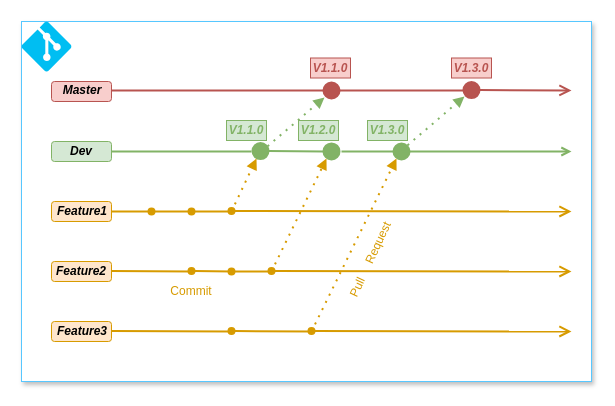
This is Git Branching Bugfix.drawio from satis-pra/sp-draw.io-diagrams, a draw.io file, before an edit. Source tidied: cells renumbered, new cells numbered last; positions are measured from the earlier drawing's top-left corner, leaving out a move shared by most shapes. Both pictures are drawn from the tidied source at 100%, with x=0, y=0 at pixel (21, 21).
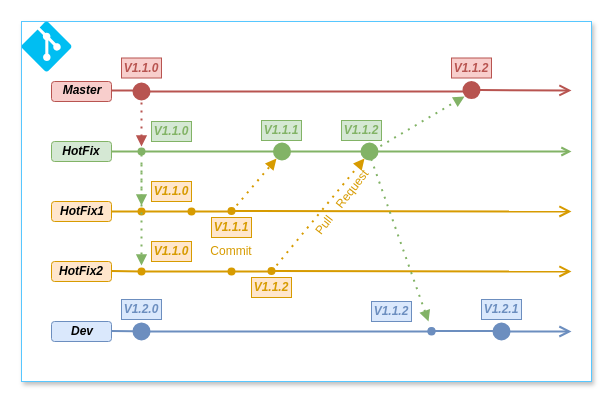
The same page after the edit.

Unchanged cells that the change refers to:
```xml
<mxCell id="5" style="rounded=1;whiteSpace=wrap;html=1;fillColor=#d5e8d4;strokeColor=#82b366;" parent="1" vertex="1">
  <mxGeometry x="30" y="120" width="60" height="20" as="geometry" />
</mxCell>
```

Diff of the diagram source:
```diff
@@
-    <mxCell id="8" style="rounded=1;whiteSpace=wrap;html=1;fillColor=#ffe6cc;strokeColor=#d79b00;" parent="1" vertex="1">
+    <mxCell id="8" style="rounded=1;whiteSpace=wrap;html=1;fillColor=#dae8fc;strokeColor=#6c8ebf;" parent="1" vertex="1">
       <mxGeometry x="30" y="300" width="60" height="20" as="geometry" />
     </mxCell>
-    <mxCell id="9" value="Dev" style="text;html=1;strokeColor=none;fillColor=none;align=center;verticalAlign=middle;whiteSpace=wrap;rounded=0;fontStyle=3;" parent="1" vertex="1">
+    <mxCell id="9" value="HotFix" style="text;html=1;strokeColor=none;fillColor=none;align=center;verticalAlign=middle;whiteSpace=wrap;rounded=0;fontStyle=3;" parent="1" vertex="1">
       <mxGeometry x="40" y="120" width="40" height="20" as="geometry" />
     </mxCell>
-    <mxCell id="10" value="Feature1" style="text;html=1;strokeColor=none;fillColor=none;align=center;verticalAlign=middle;whiteSpace=wrap;rounded=0;fontStyle=3;" parent="1" vertex="1">
+    <mxCell id="10" value="HotFix1" style="text;html=1;strokeColor=none;fillColor=none;align=center;verticalAlign=middle;whiteSpace=wrap;rounded=0;fontStyle=3;" parent="1" vertex="1">
       <mxGeometry x="41" y="180" width="40" height="20" as="geometry" />
     </mxCell>
-    <mxCell id="11" value="Feature2" style="text;html=1;strokeColor=none;fillColor=none;align=center;verticalAlign=middle;whiteSpace=wrap;rounded=0;fontStyle=3;" parent="1" vertex="1">
+    <mxCell id="11" value="HotFix2" style="text;html=1;strokeColor=none;fillColor=none;align=center;verticalAlign=middle;whiteSpace=wrap;rounded=0;fontStyle=3;" parent="1" vertex="1">
       <mxGeometry x="40" y="240" width="40" height="20" as="geometry" />
     </mxCell>
-    <mxCell id="12" value="Feature3" style="text;html=1;strokeColor=none;fillColor=none;align=center;verticalAlign=middle;whiteSpace=wrap;rounded=0;fontStyle=3;" parent="1" vertex="1">
+    <mxCell id="12" value="Dev" style="text;html=1;strokeColor=none;fillColor=none;align=center;verticalAlign=middle;whiteSpace=wrap;rounded=0;fontStyle=3;" parent="1" vertex="1">
       <mxGeometry x="41" y="300" width="40" height="20" as="geometry" />
     </mxCell>
-    <mxCell id="13" style="html=1;verticalAlign=bottom;startArrow=circle;startFill=1;endArrow=none;startSize=6;endSize=8;fillColor=#f8cecc;strokeColor=#b85450;strokeWidth=2;endFill=0;" parent="1" edge="1">
-      <mxGeometry relative="1" as="geometry">
-        <mxPoint x="300" y="69" as="sourcePoint" />
-        <mxPoint x="450" y="69" as="targetPoint" />
-      </mxGeometry>
-    </mxCell>
-    <mxCell id="14" style="html=1;verticalAlign=bottom;startArrow=circle;startFill=1;endArrow=circle;startSize=6;endSize=6;fillColor=#d5e8d4;strokeColor=#82b366;strokeWidth=2;endFill=1;" parent="1" edge="1">
+    <mxCell id="14" style="html=1;verticalAlign=bottom;startArrow=oval;startFill=1;endArrow=circle;startSize=6;endSize=6;fillColor=#d5e8d4;strokeColor=#82b366;strokeWidth=2;endFill=1;" parent="1" edge="1">
       <mxGeometry relative="1" as="geometry">
-        <mxPoint x="229" y="129.5" as="sourcePoint" />
-        <mxPoint x="320" y="130" as="targetPoint" />
+        <mxPoint x="120" y="130" as="sourcePoint" />
+        <mxPoint x="270.5" y="130" as="targetPoint" />
       </mxGeometry>
     </mxCell>
@@
     <mxCell id="16" style="endArrow=none;html=1;strokeWidth=2;exitX=1;exitY=0.5;exitDx=0;exitDy=0;fillColor=#f8cecc;strokeColor=#b85450;" parent="1" edge="1">
       <mxGeometry relative="1" as="geometry">
         <mxPoint x="90" y="69" as="sourcePoint" />
-        <mxPoint x="310" y="69" as="targetPoint" />
+        <mxPoint x="120" y="69" as="targetPoint" />
       </mxGeometry>
     </mxCell>
     <mxCell id="17" style="endArrow=none;html=1;strokeWidth=2;exitX=1;exitY=0.5;exitDx=0;exitDy=0;fillColor=#d5e8d4;strokeColor=#82b366;" parent="1" edge="1" source="5">
       <mxGeometry relative="1" as="geometry">
-        <mxPoint x="230" y="130" as="targetPoint" />
+        <mxPoint x="120" y="130" as="targetPoint" />
       </mxGeometry>
     </mxCell>
     <mxCell id="18" style="endArrow=none;html=1;strokeWidth=2;fillColor=#ffe6cc;strokeColor=#d79b00;" parent="1" edge="1">
       <mxGeometry relative="1" as="geometry">
         <mxPoint x="90" y="190" as="sourcePoint" />
-        <mxPoint x="130" y="190" as="targetPoint" />
+        <mxPoint x="120" y="190" as="targetPoint" />
       </mxGeometry>
     </mxCell>
     <mxCell id="19" style="endArrow=none;html=1;strokeWidth=2;fillColor=#ffe6cc;strokeColor=#d79b00;startArrow=oval;startFill=1;" parent="1" edge="1">
       <mxGeometry relative="1" as="geometry">
-        <mxPoint x="130" y="190" as="sourcePoint" />
+        <mxPoint x="120" y="190" as="sourcePoint" />
         <mxPoint x="170" y="190" as="targetPoint" />
       </mxGeometry>
     </mxCell>
@@
     <mxCell id="21" style="endArrow=block;dashed=1;html=1;dashPattern=1 3;strokeWidth=2;fillColor=#ffe6cc;strokeColor=#d79b00;endFill=1;" parent="1" edge="1">
       <mxGeometry relative="1" as="geometry">
         <mxPoint x="210" y="190" as="sourcePoint" />
-        <mxPoint x="235" y="137" as="targetPoint" />
+        <mxPoint x="255" y="137" as="targetPoint" />
       </mxGeometry>
     </mxCell>
     <mxCell id="22" style="html=1;verticalAlign=bottom;startArrow=none;startFill=0;endArrow=circle;startSize=6;endSize=6;fillColor=#d5e8d4;strokeColor=#82b366;strokeWidth=2;endFill=1;" parent="1" edge="1">
       <mxGeometry relative="1" as="geometry">
-        <mxPoint x="320" y="130" as="sourcePoint" />
-        <mxPoint x="390" y="130" as="targetPoint" />
+        <mxPoint x="268" y="130" as="sourcePoint" />
+        <mxPoint x="358" y="130" as="targetPoint" />
       </mxGeometry>
     </mxCell>
     <mxCell id="23" style="endArrow=open;html=1;strokeWidth=2;fillColor=#d5e8d4;strokeColor=#82b366;endFill=0;" parent="1" edge="1">
       <mxGeometry relative="1" as="geometry">
-        <mxPoint x="380" y="130" as="sourcePoint" />
+        <mxPoint x="340" y="130" as="sourcePoint" />
         <mxPoint x="550" y="130" as="targetPoint" />
       </mxGeometry>
     </mxCell>
     <mxCell id="24" style="endArrow=none;html=1;strokeWidth=2;fillColor=#ffe6cc;strokeColor=#d79b00;" parent="1" edge="1">
       <mxGeometry relative="1" as="geometry">
         <mxPoint x="90" y="249.5" as="sourcePoint" />
-        <mxPoint x="170" y="250" as="targetPoint" />
+        <mxPoint x="120" y="250" as="targetPoint" />
       </mxGeometry>
     </mxCell>
     <mxCell id="25" style="endArrow=none;html=1;strokeWidth=2;fillColor=#ffe6cc;strokeColor=#d79b00;startArrow=oval;startFill=1;" parent="1" edge="1">
       <mxGeometry relative="1" as="geometry">
-        <mxPoint x="170" y="249.5" as="sourcePoint" />
+        <mxPoint x="120" y="250" as="sourcePoint" />
         <mxPoint x="210" y="250" as="targetPoint" />
       </mxGeometry>
     </mxCell>
@@
     <mxCell id="28" style="endArrow=block;dashed=1;html=1;dashPattern=1 3;strokeWidth=2;fillColor=#ffe6cc;strokeColor=#d79b00;endFill=1;" parent="1" edge="1">
       <mxGeometry relative="1" as="geometry">
         <mxPoint x="250" y="250" as="sourcePoint" />
-        <mxPoint x="305" y="137" as="targetPoint" />
+        <mxPoint x="343" y="137" as="targetPoint" />
       </mxGeometry>
     </mxCell>
-    <mxCell id="29" style="endArrow=none;html=1;strokeWidth=2;fillColor=#ffe6cc;strokeColor=#d79b00;" parent="1" edge="1">
+    <mxCell id="29" style="endArrow=circle;html=1;strokeWidth=2;fillColor=#dae8fc;strokeColor=#6c8ebf;endFill=1;" parent="1" edge="1">
       <mxGeometry relative="1" as="geometry">
         <mxPoint x="90" y="309.5" as="sourcePoint" />
-        <mxPoint x="210" y="310" as="targetPoint" />
+        <mxPoint x="130" y="310" as="targetPoint" />
       </mxGeometry>
     </mxCell>
-    <mxCell id="30" style="endArrow=none;html=1;strokeWidth=2;fillColor=#ffe6cc;strokeColor=#d79b00;startArrow=oval;startFill=1;" parent="1" edge="1">
+    <mxCell id="30" style="endArrow=oval;html=1;strokeWidth=2;fillColor=#dae8fc;strokeColor=#6c8ebf;startArrow=none;startFill=0;endFill=1;" parent="1" edge="1">
       <mxGeometry relative="1" as="geometry">
-        <mxPoint x="210" y="309.5" as="sourcePoint" />
-        <mxPoint x="290" y="310" as="targetPoint" />
+        <mxPoint x="120" y="310" as="sourcePoint" />
+        <mxPoint x="410" y="310" as="targetPoint" />
       </mxGeometry>
     </mxCell>
-    <mxCell id="31" style="html=1;verticalAlign=bottom;startArrow=oval;startFill=1;endArrow=open;startSize=6;endSize=8;fillColor=#ffe6cc;strokeColor=#d79b00;strokeWidth=2;" parent="1" edge="1">
+    <mxCell id="31" style="html=1;verticalAlign=bottom;startArrow=circle;startFill=1;endArrow=open;startSize=6;endSize=8;fillColor=#dae8fc;strokeColor=#6c8ebf;strokeWidth=2;" parent="1" edge="1">
       <mxGeometry relative="1" as="geometry">
-        <mxPoint x="290" y="309.5" as="sourcePoint" />
+        <mxPoint x="470" y="310" as="sourcePoint" />
         <mxPoint x="550" y="310" as="targetPoint" />
       </mxGeometry>
     </mxCell>
-    <mxCell id="32" style="endArrow=block;dashed=1;html=1;dashPattern=1 3;strokeWidth=2;fillColor=#ffe6cc;strokeColor=#d79b00;endFill=1;" parent="1" edge="1">
-      <mxGeometry relative="1" as="geometry">
-        <mxPoint x="290" y="310" as="sourcePoint" />
-        <mxPoint x="375" y="137" as="targetPoint" />
-      </mxGeometry>
-    </mxCell>
-    <mxCell id="33" style="endArrow=block;dashed=1;html=1;dashPattern=1 3;strokeWidth=2;fillColor=#d5e8d4;strokeColor=#82b366;endFill=1;" parent="1" edge="1">
-      <mxGeometry relative="1" as="geometry">
-        <mxPoint x="240" y="130" as="sourcePoint" />
-        <mxPoint x="303" y="76" as="targetPoint" />
-      </mxGeometry>
-    </mxCell>
-    <mxCell id="34" style="endArrow=block;dashed=1;html=1;dashPattern=1 3;strokeWidth=2;fillColor=#d5e8d4;strokeColor=#82b366;endFill=1;" parent="1" edge="1">
+    <mxCell id="34" style="endArrow=block;dashed=1;html=1;dashPattern=1 3;strokeWidth=2;fillColor=#d5e8d4;strokeColor=#82b366;endFill=1;exitX=0.8;exitY=1.483;exitDx=0;exitDy=0;exitPerimeter=0;" parent="1" edge="1" source="41">
       <mxGeometry relative="1" as="geometry">
-        <mxPoint x="380" y="129" as="sourcePoint" />
         <mxPoint x="443" y="75" as="targetPoint" />
       </mxGeometry>
     </mxCell>
@@
     <mxCell id="37" value="&lt;font color=&quot;#82b366&quot;&gt;V1.1.0&lt;/font&gt;" style="text;html=1;strokeColor=#82b366;fillColor=#d5e8d4;align=center;verticalAlign=middle;whiteSpace=wrap;rounded=0;fontStyle=3;" parent="1" vertex="1">
-      <mxGeometry x="205" y="99" width="40" height="20" as="geometry" />
+      <mxGeometry x="130" y="100" width="40" height="20" as="geometry" />
     </mxCell>
-    <mxCell id="38" value="&lt;font color=&quot;#b85450&quot;&gt;V1.1.0&lt;/font&gt;" style="text;html=1;strokeColor=#b85450;fillColor=#f8cecc;align=center;verticalAlign=middle;whiteSpace=wrap;rounded=0;fontStyle=3;" parent="1" vertex="1">
-      <mxGeometry x="289" y="36.5" width="40" height="20" as="geometry" />
-    </mxCell>
-    <mxCell id="39" value="&lt;font color=&quot;#b85450&quot;&gt;V1.3.0&lt;/font&gt;" style="text;html=1;strokeColor=#b85450;fillColor=#f8cecc;align=center;verticalAlign=middle;whiteSpace=wrap;rounded=0;fontStyle=3;" parent="1" vertex="1">
+    <mxCell id="39" value="&lt;font color=&quot;#b85450&quot;&gt;V1.1.2&lt;/font&gt;" style="text;html=1;strokeColor=#b85450;fillColor=#f8cecc;align=center;verticalAlign=middle;whiteSpace=wrap;rounded=0;fontStyle=3;" parent="1" vertex="1">
       <mxGeometry x="430" y="36.5" width="40" height="20" as="geometry" />
     </mxCell>
-    <mxCell id="40" value="&lt;font color=&quot;#82b366&quot;&gt;V1.2.0&lt;/font&gt;" style="text;html=1;strokeColor=#82b366;fillColor=#d5e8d4;align=center;verticalAlign=middle;whiteSpace=wrap;rounded=0;fontStyle=3;" parent="1" vertex="1">
-      <mxGeometry x="277" y="99" width="40" height="20" as="geometry" />
+    <mxCell id="40" value="&lt;font color=&quot;#82b366&quot;&gt;V1.1.1&lt;/font&gt;" style="text;html=1;strokeColor=#82b366;fillColor=#d5e8d4;align=center;verticalAlign=middle;whiteSpace=wrap;rounded=0;fontStyle=3;" parent="1" vertex="1">
+      <mxGeometry x="240" y="99" width="40" height="20" as="geometry" />
     </mxCell>
-    <mxCell id="41" value="&lt;font color=&quot;#82b366&quot;&gt;V1.3.0&lt;/font&gt;" style="text;html=1;strokeColor=#82b366;fillColor=#d5e8d4;align=center;verticalAlign=middle;whiteSpace=wrap;rounded=0;fontStyle=3;" parent="1" vertex="1">
-      <mxGeometry x="346" y="99" width="40" height="20" as="geometry" />
+    <mxCell id="41" value="&lt;font color=&quot;#82b366&quot;&gt;V1.1.2&lt;/font&gt;" style="text;html=1;strokeColor=#82b366;fillColor=#d5e8d4;align=center;verticalAlign=middle;whiteSpace=wrap;rounded=0;fontStyle=3;" parent="1" vertex="1">
+      <mxGeometry x="320" y="99" width="40" height="20" as="geometry" />
     </mxCell>
-    <mxCell id="42" value="&lt;font color=&quot;#d79b00&quot;&gt;Pull&amp;nbsp; &amp;nbsp; &amp;nbsp;Request&lt;/font&gt;" style="text;html=1;strokeColor=none;fillColor=none;align=center;verticalAlign=middle;whiteSpace=wrap;rounded=0;shadow=1;glass=0;sketch=0;rotation=295;" parent="1" vertex="1">
-      <mxGeometry x="295" y="228.2" width="109" height="20" as="geometry" />
+    <mxCell id="42" value="&lt;font color=&quot;#d79b00&quot;&gt;&amp;nbsp; &amp;nbsp; &amp;nbsp; &amp;nbsp; &amp;nbsp;Pull&amp;nbsp; &amp;nbsp; Request&lt;/font&gt;" style="text;html=1;strokeColor=none;fillColor=none;align=center;verticalAlign=middle;whiteSpace=wrap;rounded=0;shadow=1;glass=0;sketch=0;rotation=308;" parent="1" vertex="1">
+      <mxGeometry x="253.9" y="182.7" width="115" height="20" as="geometry" />
     </mxCell>
     <mxCell id="43" value="&lt;font color=&quot;#d79b00&quot;&gt;Commit&lt;/font&gt;" style="text;html=1;strokeColor=none;fillColor=none;align=center;verticalAlign=middle;whiteSpace=wrap;rounded=0;shadow=1;glass=0;sketch=0;" parent="1" vertex="1">
-      <mxGeometry x="150" y="260" width="40" height="20" as="geometry" />
+      <mxGeometry x="190" y="220" width="40" height="20" as="geometry" />
     </mxCell>
+    <mxCell id="44" style="html=1;verticalAlign=bottom;startArrow=circle;startFill=1;endArrow=none;startSize=6;endSize=8;fillColor=#f8cecc;strokeColor=#b85450;strokeWidth=2;endFill=0;" parent="1" edge="1">
+      <mxGeometry relative="1" as="geometry">
+        <mxPoint x="110" y="70" as="sourcePoint" />
+        <mxPoint x="450" y="70" as="targetPoint" />
+      </mxGeometry>
+    </mxCell>
+    <mxCell id="38" value="&lt;font color=&quot;#b85450&quot;&gt;V1.1.0&lt;/font&gt;" style="text;html=1;strokeColor=#b85450;fillColor=#f8cecc;align=center;verticalAlign=middle;whiteSpace=wrap;rounded=0;fontStyle=3;" parent="1" vertex="1">
+      <mxGeometry x="100" y="36.5" width="40" height="20" as="geometry" />
+    </mxCell>
+    <mxCell id="45" style="endArrow=block;dashed=1;html=1;dashPattern=1 3;strokeWidth=2;fillColor=#d5e8d4;endFill=1;strokeColor=#B85450;" parent="1" edge="1">
+      <mxGeometry relative="1" as="geometry">
+        <mxPoint x="120" y="73" as="sourcePoint" />
+        <mxPoint x="120" y="125" as="targetPoint" />
+      </mxGeometry>
+    </mxCell>
+    <mxCell id="46" value="&lt;font color=&quot;#6c8ebf&quot;&gt;V1.2.0&lt;/font&gt;" style="text;html=1;strokeColor=#6c8ebf;fillColor=#dae8fc;align=center;verticalAlign=middle;whiteSpace=wrap;rounded=0;fontStyle=3;" parent="1" vertex="1">
+      <mxGeometry x="100" y="278" width="40" height="20" as="geometry" />
+    </mxCell>
+    <mxCell id="47" style="endArrow=block;dashed=1;html=1;dashPattern=1 3;strokeWidth=2;fillColor=#ffe6cc;endFill=1;strokeColor=#82B366;" parent="1" edge="1">
+      <mxGeometry relative="1" as="geometry">
+        <mxPoint x="347" y="130" as="sourcePoint" />
+        <mxPoint x="407" y="300" as="targetPoint" />
+      </mxGeometry>
+    </mxCell>
+    <mxCell id="48" value="&lt;font color=&quot;#6c8ebf&quot;&gt;V1.2.1&lt;/font&gt;" style="text;html=1;strokeColor=#6c8ebf;fillColor=#dae8fc;align=center;verticalAlign=middle;whiteSpace=wrap;rounded=0;fontStyle=3;" parent="1" vertex="1">
+      <mxGeometry x="460" y="278" width="40" height="20" as="geometry" />
+    </mxCell>
+    <mxCell id="49" style="endArrow=block;dashed=1;html=1;dashPattern=1 3;strokeWidth=2;fillColor=#d5e8d4;strokeColor=#82b366;endFill=1;" parent="1" edge="1">
+      <mxGeometry relative="1" as="geometry">
+        <mxPoint x="120" y="143" as="sourcePoint" />
+        <mxPoint x="120" y="244" as="targetPoint" />
+      </mxGeometry>
+    </mxCell>
+    <mxCell id="50" style="endArrow=block;dashed=1;html=1;dashPattern=1 3;strokeWidth=2;fillColor=#d5e8d4;strokeColor=#82b366;endFill=1;" parent="1" edge="1">
+      <mxGeometry relative="1" as="geometry">
+        <mxPoint x="120" y="133" as="sourcePoint" />
+        <mxPoint x="120" y="184" as="targetPoint" />
+      </mxGeometry>
+    </mxCell>
+    <mxCell id="51" value="&lt;font color=&quot;#d79b00&quot;&gt;V1.1.0&lt;/font&gt;" style="text;html=1;strokeColor=#d79b00;fillColor=#ffe6cc;align=center;verticalAlign=middle;whiteSpace=wrap;rounded=0;fontStyle=3;" parent="1" vertex="1">
+      <mxGeometry x="130" y="160" width="40" height="20" as="geometry" />
+    </mxCell>
+    <mxCell id="52" value="&lt;font color=&quot;#d79b00&quot;&gt;V1.1.0&lt;/font&gt;" style="text;html=1;strokeColor=#d79b00;fillColor=#ffe6cc;align=center;verticalAlign=middle;whiteSpace=wrap;rounded=0;fontStyle=3;" parent="1" vertex="1">
+      <mxGeometry x="130" y="220" width="40" height="20" as="geometry" />
+    </mxCell>
+    <mxCell id="53" value="&lt;font color=&quot;#d79b00&quot;&gt;V1.1.1&lt;/font&gt;" style="text;html=1;strokeColor=#d79b00;fillColor=#ffe6cc;align=center;verticalAlign=middle;whiteSpace=wrap;rounded=0;fontStyle=3;" parent="1" vertex="1">
+      <mxGeometry x="190" y="196" width="40" height="20" as="geometry" />
+    </mxCell>
+    <mxCell id="54" value="&lt;font color=&quot;#d79b00&quot;&gt;V1.1.2&lt;/font&gt;" style="text;html=1;strokeColor=#d79b00;fillColor=#ffe6cc;align=center;verticalAlign=middle;whiteSpace=wrap;rounded=0;fontStyle=3;" parent="1" vertex="1">
+      <mxGeometry x="230" y="256" width="40" height="20" as="geometry" />
+    </mxCell>
+    <mxCell id="55" value="&lt;font color=&quot;#6c8ebf&quot;&gt;V1.1.2&lt;/font&gt;" style="text;html=1;strokeColor=#6c8ebf;fillColor=#dae8fc;align=center;verticalAlign=middle;whiteSpace=wrap;rounded=0;fontStyle=3;" parent="1" vertex="1">
+      <mxGeometry x="350" y="280" width="40" height="20" as="geometry" />
+    </mxCell>
+    <mxCell id="56" style="endArrow=none;html=1;strokeWidth=2;fillColor=#dae8fc;strokeColor=#6c8ebf;startArrow=oval;startFill=1;" parent="1" edge="1">
+      <mxGeometry relative="1" as="geometry">
+        <mxPoint x="410" y="309.5" as="sourcePoint" />
+        <mxPoint x="480" y="309.5" as="targetPoint" />
+      </mxGeometry>
+    </mxCell>
```
